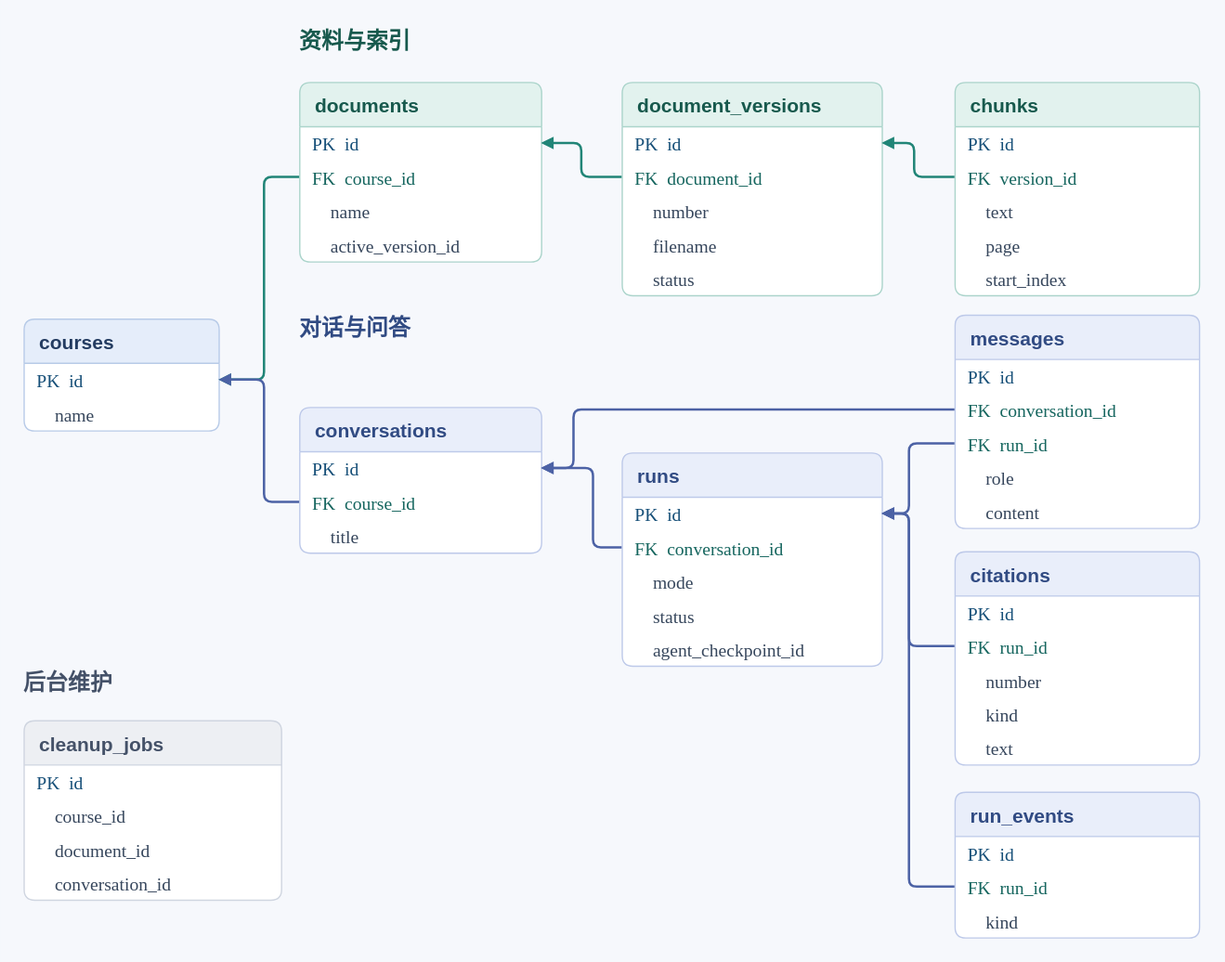
The draw.io diagram docs/database-erd.drawio.svg in S1tttttteN/course-rag-agent, before a commit. Source tidied: cells renumbered, new cells last; positions are measured from the earlier drawing's top-left corner, leaving out a move shared by most shapes.
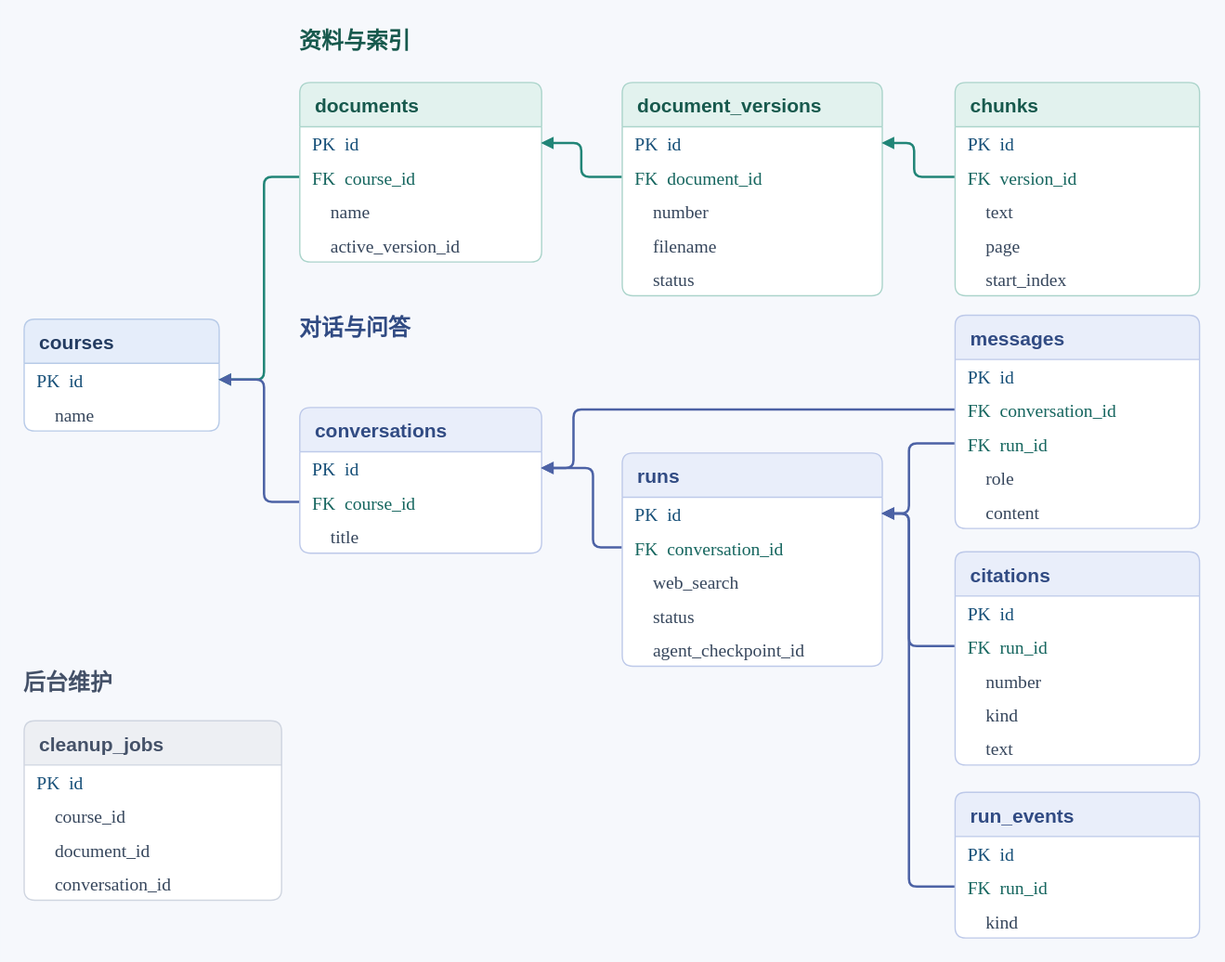
The same file after the commit.

The edit, as a diff of the source:
```diff
@@ -92,9 +92,9 @@
     <mxCell id="31" value="FK  conversation_id" style="shape=rectangle;fillColor=none;strokeColor=none;html=0;fontFamily=Consolas;fontSize=14;fontColor=#16665F;align=left;verticalAlign=middle;spacingLeft=10;spacing=0;" parent="29" vertex="1">
       <mxGeometry y="60" width="200" height="26" as="geometry" />
     </mxCell>
-    <mxCell id="32" value="    mode" style="shape=rectangle;fillColor=none;strokeColor=none;html=0;fontFamily=Consolas;fontSize=14;fontColor=#37475D;align=left;verticalAlign=middle;spacingLeft=10;spacing=0;" parent="29" vertex="1">
-      <mxGeometry y="86" width="200" height="26" as="geometry" />
-    </mxCell>
+    <mxCell id="65" value="    web_search" style="shape=rectangle;fillColor=none;strokeColor=none;html=0;fontFamily=Consolas;fontSize=14;fontColor=#37475D;align=left;verticalAlign=middle;spacingLeft=10;spacing=0;" parent="29" vertex="1">
+      <mxGeometry y="86" width="200" height="26" as="geometry" />
+    </mxCell>
     <mxCell id="33" value="    status" style="shape=rectangle;fillColor=none;strokeColor=none;html=0;fontFamily=Consolas;fontSize=14;fontColor=#37475D;align=left;verticalAlign=middle;spacingLeft=10;spacing=0;" parent="29" vertex="1">
       <mxGeometry y="112" width="200" height="26" as="geometry" />
     </mxCell>
```
